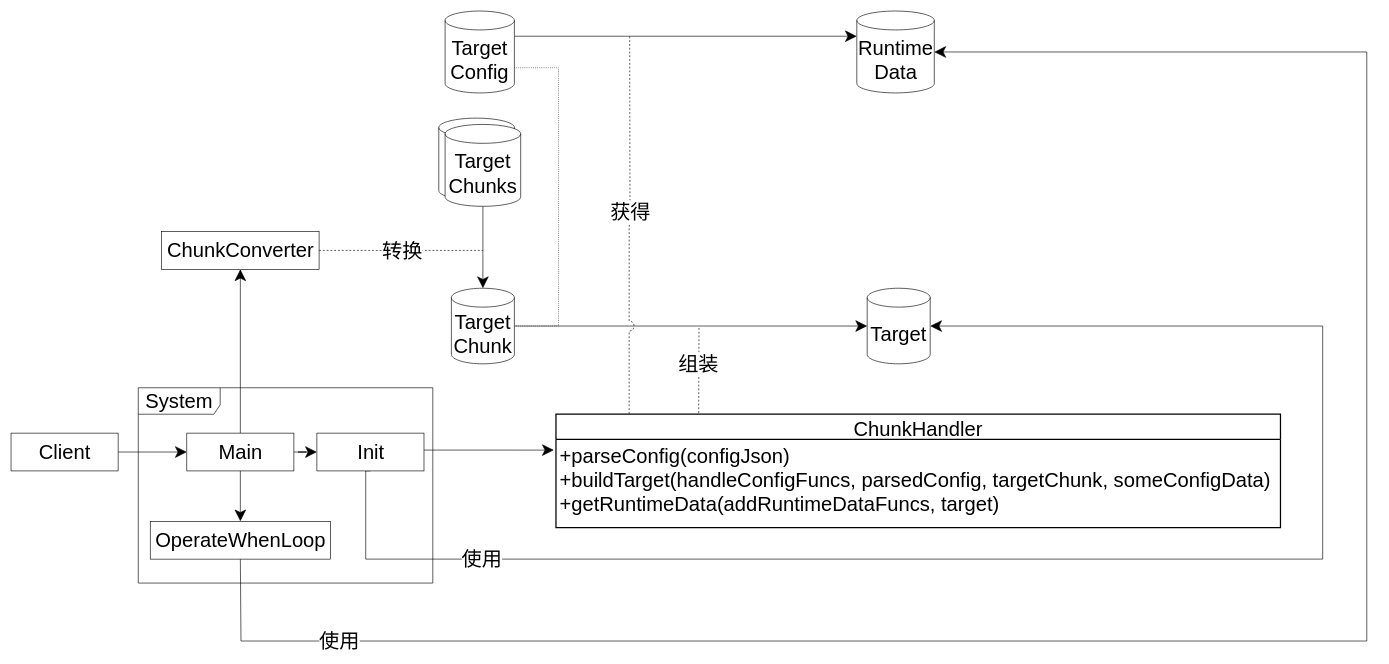
The draw.io diagram packages/拼接模式/role_abstract/UML.drawio in yyc-git/3DProgramPattern, before the edit. Source tidied: cells renumbered, new cells numbered last; positions are measured from the earlier drawing's top-left corner, leaving out a move shared by most shapes. Both pictures are drawn from the tidied source at 63%, with x=0, y=0 at pixel (11, 11).
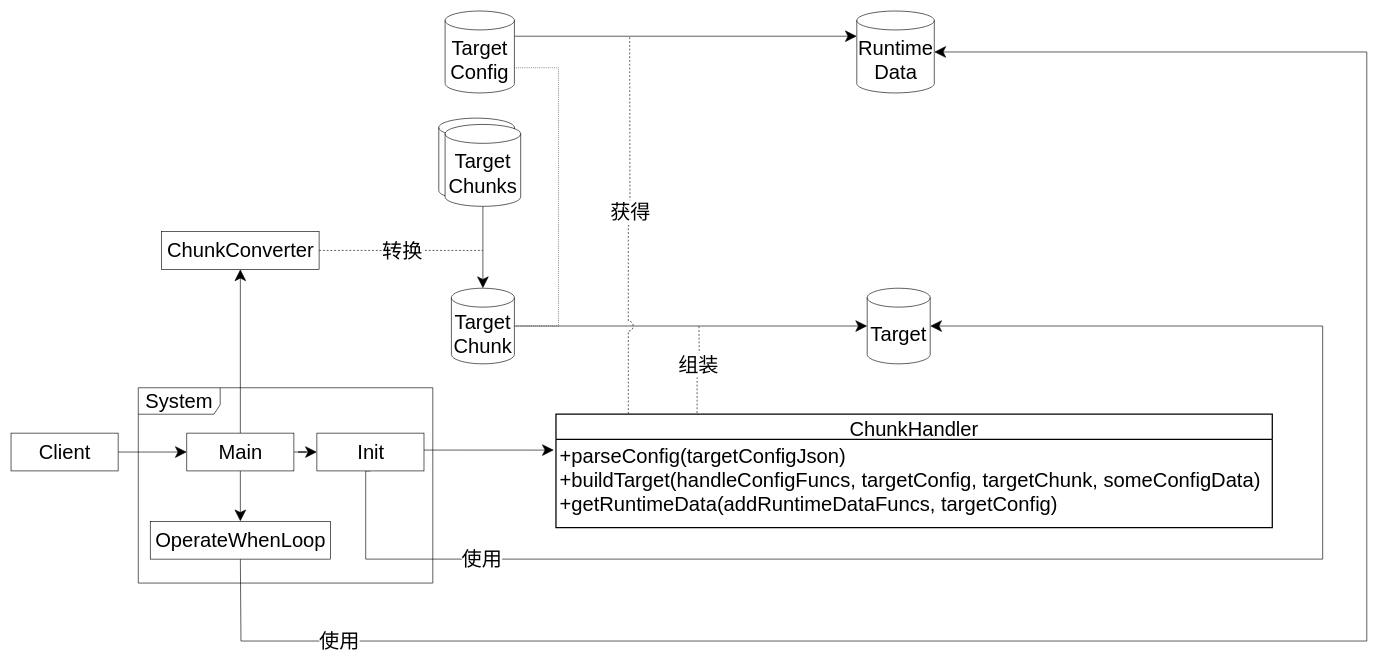
The same page after the edit.

Change to the diagram source:
```diff
@@
     <mxCell id="2" value="ChunkHandler" style="swimlane;horizontal=1;startSize=40;rounded=0;fontSize=32;fontStyle=0;strokeWidth=2;shadow=0;dashed=0;align=center;" parent="1" vertex="1">
-      <mxGeometry x="865" y="640" width="1150" height="180" as="geometry" />
+      <mxGeometry x="865" y="640" width="1137" height="180" as="geometry" />
     </mxCell>
-    <mxCell id="3" value="+parseConfig(configJson)&#10;+buildTarget(handleConfigFuncs, parsedConfig, targetChunk, someConfigData)&#10;+getRuntimeData(addRuntimeDataFuncs, target)" style="align=left;strokeColor=none;fillColor=none;spacingLeft=4;fontSize=32;verticalAlign=top;" parent="2" vertex="1">
-      <mxGeometry y="40" width="1150" height="140" as="geometry" />
+    <mxCell id="3" value="+parseConfig(targetConfigJson)&#10;+buildTarget(handleConfigFuncs, targetConfig, targetChunk, someConfigData)&#10;+getRuntimeData(addRuntimeDataFuncs, targetConfig)" style="align=left;strokeColor=none;fillColor=none;spacingLeft=4;fontSize=32;verticalAlign=top;" parent="2" vertex="1">
+      <mxGeometry y="40" width="1137" height="140" as="geometry" />
     </mxCell>
```
